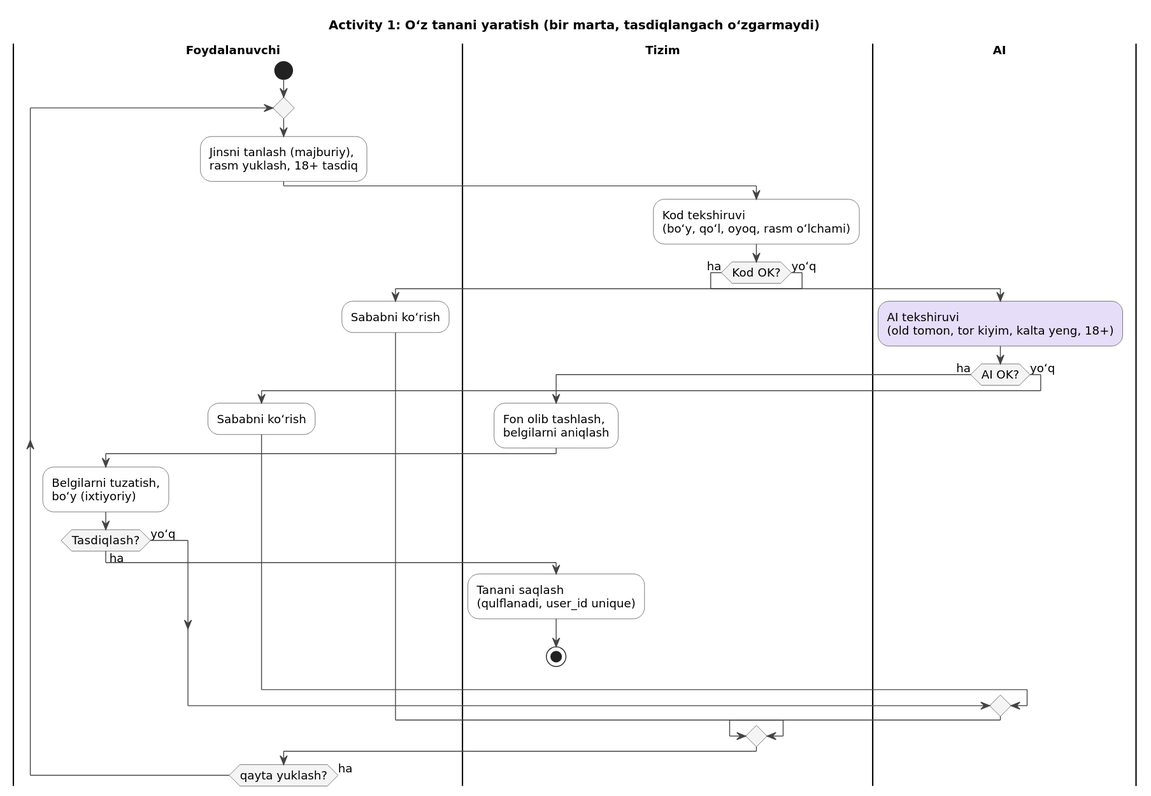
The PlantUML diagram docs/diagrams/activity-1-body-creation.svg in Zarnigor/Virtual-Try-On, before a commit.
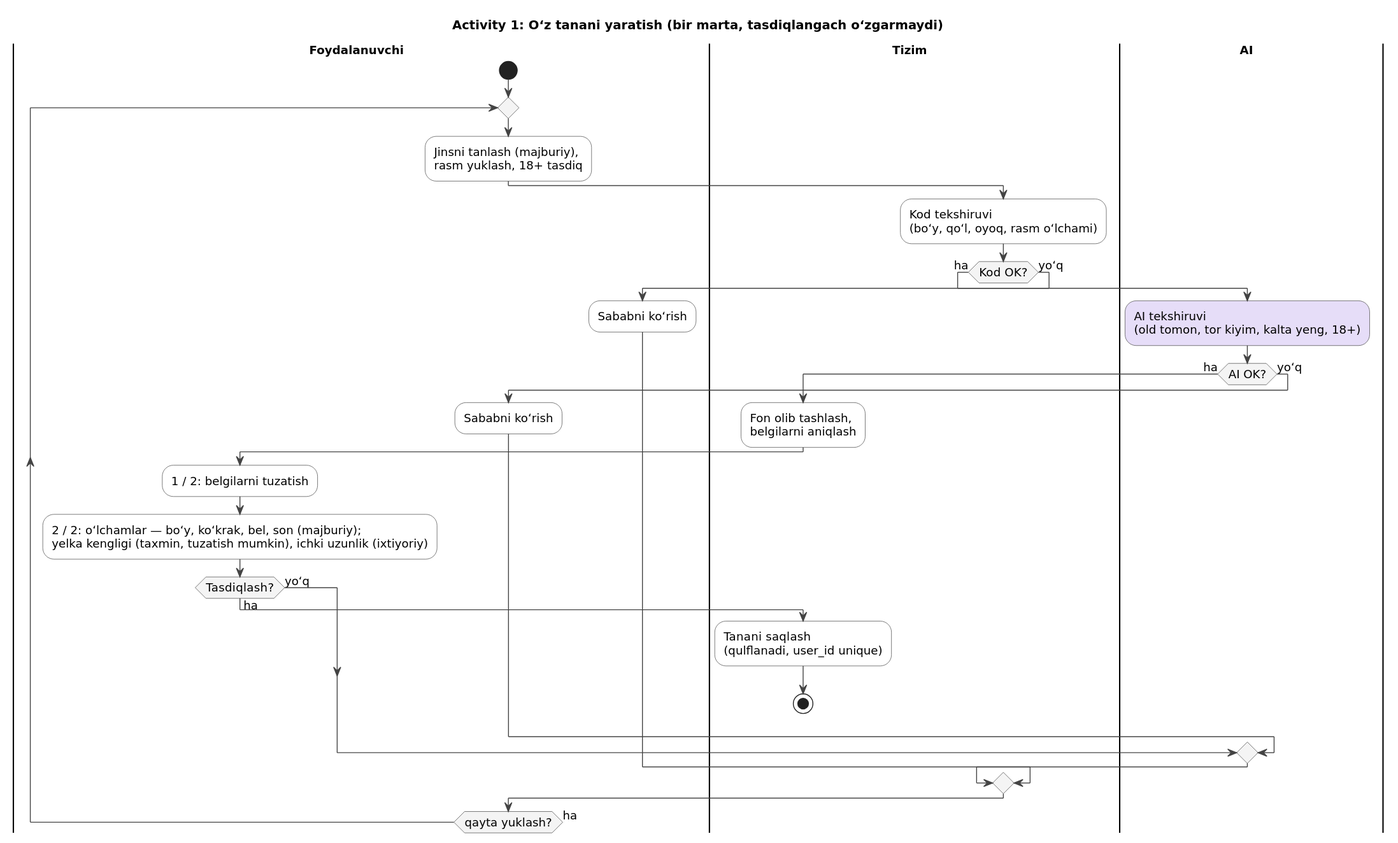
The same file after the commit.

What changed in the source:
```diff
@@ -15,7 +15,8 @@
       |Tizim|
       :Fon olib tashlash,\nbelgilarni aniqlash;
       |Foydalanuvchi|
-      :Belgilarni tuzatish,\nboʻy (ixtiyoriy);
+      :1 / 2: belgilarni tuzatish;
+      :2 / 2: oʻlchamlar — boʻy, koʻkrak, bel, son (majburiy);\nyelka kengligi (taxmin, tuzatish mumkin), ichki uzunlik (ixtiyoriy);
       if (Tasdiqlash?) then (ha)
         |Tizim|
         :Tanani saqlash\n(qulflanadi, user_id unique);
```
